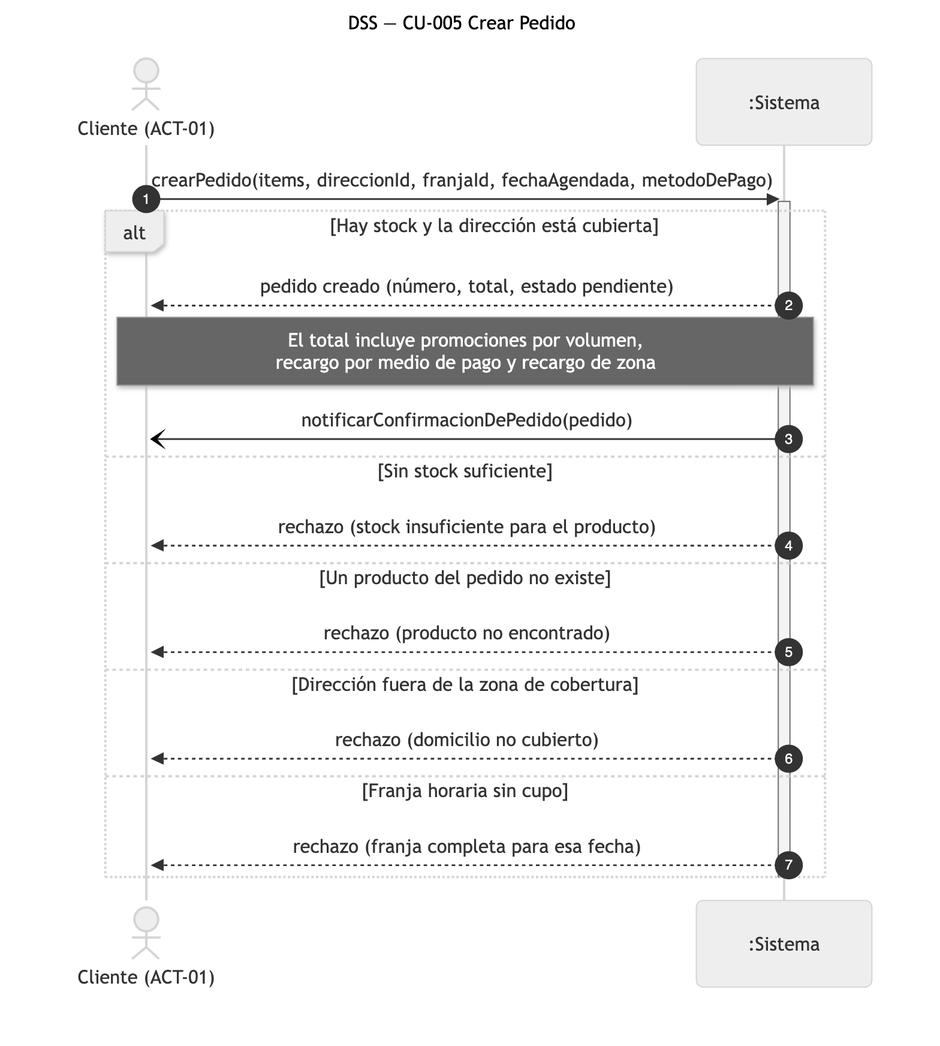
The Mermaid diagram diagramas/png/DSS_CU-005_Crear-Pedido.png in Nahuelito-Dev/splg-docs, before a commit. Its source is kept beside it as diagramas/DSS_CU-005_Crear-Pedido.mmd.
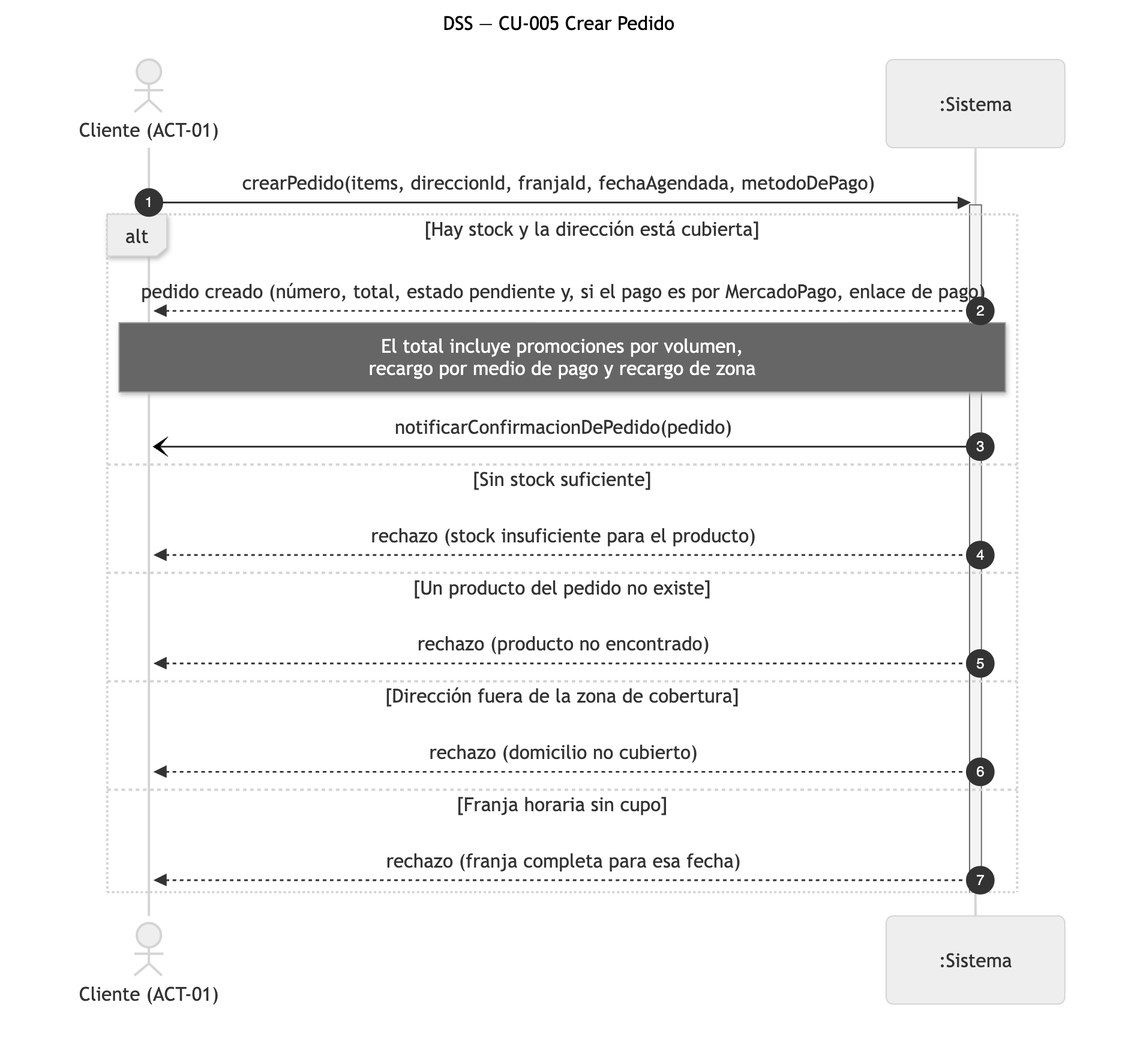
Later version of the same file.

What changed in the source:
```diff
@@ -7,7 +7,7 @@
     CLI->>SIS: crearPedido(items, direccionId, franjaId, fechaAgendada, metodoDePago)
     activate SIS
     alt Hay stock y la dirección está cubierta
-        SIS-->>CLI: pedido creado (número, total, estado pendiente)
+        SIS-->>CLI: pedido creado (número, total, estado pendiente y, si el pago es por MercadoPago, enlace de pago)
         Note over CLI,SIS: El total incluye promociones por volumen,<br/>recargo por medio de pago y recargo de zona
         SIS-)CLI: notificarConfirmacionDePedido(pedido)
     else Sin stock suficiente
```
